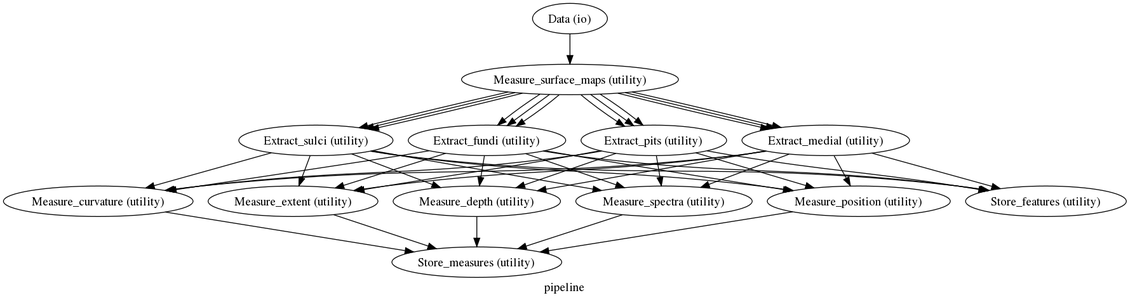
Earlier version of the Graphviz export pipeline/graph.dot.png (nipy/mindboggle). Its source is kept beside it as pipeline/graph.dot.
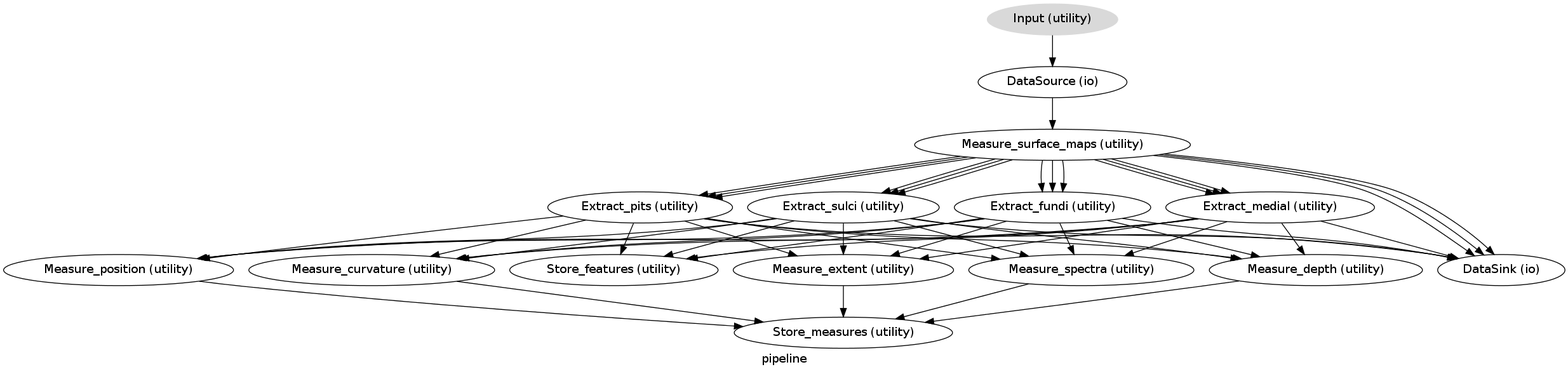
Above is the later version.

Change to the diagram source:
```diff
@@ -1,58 +1,68 @@
 digraph pipeline{
   label="pipeline";
-  pipeline_Data[label="Data (io)"];
+  pipeline_Input[label="Input (utility)", style=filled, colorscheme=greys7 color=2];
+  pipeline_DataSource[label="DataSource (io)"];
   pipeline_Measure_surface_maps[label="Measure_surface_maps (utility)"];
+  pipeline_Extract_medial[label="Extract_medial (utility)"];
   pipeline_Extract_pits[label="Extract_pits (utility)"];
-  pipeline_Extract_medial[label="Extract_medial (utility)"];
   pipeline_Extract_sulci[label="Extract_sulci (utility)"];
   pipeline_Extract_fundi[label="Extract_fundi (utility)"];
+  pipeline_Measure_curvature[label="Measure_curvature (utility)"];
+  pipeline_Store_features[label="Store_features (utility)"];
+  pipeline_Measure_extent[label="Measure_extent (utility)"];
+  pipeline_Measure_spectra[label="Measure_spectra (utility)"];
+  pipeline_DataSink[label="DataSink (io)"];
   pipeline_Measure_depth[label="Measure_depth (utility)"];
-  pipeline_Store_features[label="Store_features (utility)"];
-  pipeline_Measure_spectra[label="Measure_spectra (utility)"];
   pipeline_Measure_position[label="Measure_position (utility)"];
-  pipeline_Measure_curvature[label="Measure_curvature (utility)"];
-  pipeline_Measure_extent[label="Measure_extent (utility)"];
   pipeline_Store_measures[label="Store_measures (utility)"];
-  pipeline_Data -> pipeline_Measure_surface_maps;
+  pipeline_Input -> pipeline_DataSource;
+  pipeline_DataSource -> pipeline_Measure_surface_maps;
+  pipeline_Measure_surface_maps -> pipeline_Extract_medial;
+  pipeline_Measure_surface_maps -> pipeline_Extract_medial;
+  pipeline_Measure_surface_maps -> pipeline_Extract_medial;
+  pipeline_Measure_surface_maps -> pipeline_DataSink;
+  pipeline_Measure_surface_maps -> pipeline_DataSink;
+  pipeline_Measure_surface_maps -> pipeline_DataSink;
+  pipeline_Measure_surface_maps -> pipeline_Extract_pits;
+  pipeline_Measure_surface_maps -> pipeline_Extract_pits;
+  pipeline_Measure_surface_maps -> pipeline_Extract_pits;
+  pipeline_Measure_surface_maps -> pipeline_Extract_sulci;
+  pipeline_Measure_surface_maps -> pipeline_Extract_sulci;
+  pipeline_Measure_surface_maps -> pipeline_Extract_sulci;
   pipeline_Measure_surface_maps -> pipeline_Extract_fundi;
   pipeline_Measure_surface_maps -> pipeline_Extract_fundi;
   pipeline_Measure_surface_maps -> pipeline_Extract_fundi;
-  pipeline_Measure_surface_maps -> pipeline_Extract_pits;
-  pipeline_Measure_surface_maps -> pipeline_Extract_pits;
-  pipeline_Measure_surface_maps -> pipeline_Extract_pits;
-  pipeline_Measure_surface_maps -> pipeline_Extract_medial;
-  pipeline_Measure_surface_maps -> pipeline_Extract_medial;
-  pipeline_Measure_surface_maps -> pipeline_Extract_medial;
-  pipeline_Measure_surface_maps -> pipeline_Extract_sulci;
-  pipeline_Measure_surface_maps -> pipeline_Extract_sulci;
-  pipeline_Measure_surface_maps -> pipeline_Extract_sulci;
+  pipeline_Extract_medial -> pipeline_Measure_curvature;
+  pipeline_Extract_medial -> pipeline_Store_features;
+  pipeline_Extract_medial -> pipeline_Measure_position;
+  pipeline_Extract_medial -> pipeline_Measure_extent;
+  pipeline_Extract_medial -> pipeline_Measure_spectra;
+  pipeline_Extract_medial -> pipeline_DataSink;
+  pipeline_Extract_medial -> pipeline_Measure_depth;
+  pipeline_Extract_pits -> pipeline_Measure_curvature;
+  pipeline_Extract_pits -> pipeline_Store_features;
+  pipeline_Extract_pits -> pipeline_Measure_position;
+  pipeline_Extract_pits -> pipeline_Measure_extent;
+  pipeline_Extract_pits -> pipeline_Measure_spectra;
+  pipeline_Extract_pits -> pipeline_DataSink;
   pipeline_Extract_pits -> pipeline_Measure_depth;
-  pipeline_Extract_pits -> pipeline_Store_features;
-  pipeline_Extract_pits -> pipeline_Measure_spectra;
-  pipeline_Extract_pits -> pipeline_Measure_position;
-  pipeline_Extract_pits -> pipeline_Measure_curvature;
-  pipeline_Extract_pits -> pipeline_Measure_extent;
-  pipeline_Extract_medial -> pipeline_Measure_depth;
-  pipeline_Extract_medial -> pipeline_Store_features;
-  pipeline_Extract_medial -> pipeline_Measure_spectra;
-  pipeline_Extract_medial -> pipeline_Measure_position;
-  pipeline_Extract_medial -> pipeline_Measure_curvature;
-  pipeline_Extract_medial -> pipeline_Measure_extent;
+  pipeline_Extract_sulci -> pipeline_Measure_curvature;
+  pipeline_Extract_sulci -> pipeline_Store_features;
+  pipeline_Extract_sulci -> pipeline_Measure_position;
+  pipeline_Extract_sulci -> pipeline_Measure_extent;
+  pipeline_Extract_sulci -> pipeline_Measure_spectra;
+  pipeline_Extract_sulci -> pipeline_DataSink;
   pipeline_Extract_sulci -> pipeline_Measure_depth;
-  pipeline_Extract_sulci -> pipeline_Store_features;
-  pipeline_Extract_sulci -> pipeline_Measure_spectra;
-  pipeline_Extract_sulci -> pipeline_Measure_position;
-  pipeline_Extract_sulci -> pipeline_Measure_curvature;
-  pipeline_Extract_sulci -> pipeline_Measure_extent;
+  pipeline_Extract_fundi -> pipeline_Measure_curvature;
+  pipeline_Extract_fundi -> pipeline_Store_features;
+  pipeline_Extract_fundi -> pipeline_Measure_position;
+  pipeline_Extract_fundi -> pipeline_Measure_extent;
+  pipeline_Extract_fundi -> pipeline_Measure_spectra;
+  pipeline_Extract_fundi -> pipeline_DataSink;
   pipeline_Extract_fundi -> pipeline_Measure_depth;
-  pipeline_Extract_fundi -> pipeline_Store_features;
-  pipeline_Extract_fundi -> pipeline_Measure_spectra;
-  pipeline_Extract_fundi -> pipeline_Measure_position;
-  pipeline_Extract_fundi -> pipeline_Measure_curvature;
-  pipeline_Extract_fundi -> pipeline_Measure_extent;
-  pipeline_Measure_depth -> pipeline_Store_measures;
-  pipeline_Measure_spectra -> pipeline_Store_measures;
-  pipeline_Measure_position -> pipeline_Store_measures;
   pipeline_Measure_curvature -> pipeline_Store_measures;
   pipeline_Measure_extent -> pipeline_Store_measures;
+  pipeline_Measure_spectra -> pipeline_Store_measures;
+  pipeline_Measure_depth -> pipeline_Store_measures;
+  pipeline_Measure_position -> pipeline_Store_measures;
 }
```
